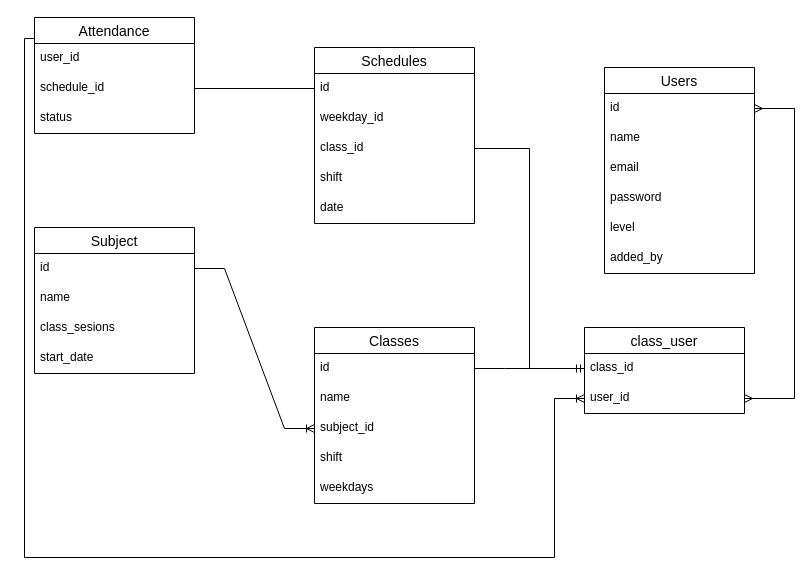
Prox404/doAn2J2schoolTeam21 keeps this draw.io diagram as SQL/Entity.drawio. Above is the earlier version. Source tidied: cells renumbered, new cells numbered last; positions are measured from the earlier drawing's top-left corner, leaving out a move shared by most shapes. Both pictures are drawn from the tidied source at 100%, with x=0, y=0 at pixel (24, 17).
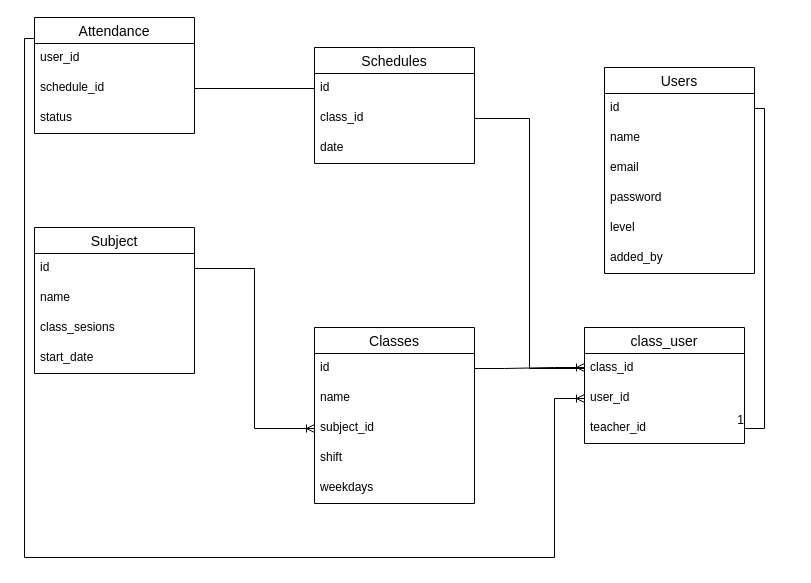
The same page after the edit.

The change refers to these unchanged cells:
```xml
<mxCell id="3" value="id" style="text;strokeColor=none;fillColor=none;spacingLeft=4;spacingRight=4;overflow=hidden;points=[[0,0.5],[1,0.5]];portConstraint=eastwest;fontSize=12;" parent="2" vertex="1">
  <mxGeometry y="26" width="160" height="30" as="geometry" />
</mxCell>
<mxCell id="5" value="subject_id" style="text;strokeColor=none;fillColor=none;spacingLeft=4;spacingRight=4;overflow=hidden;points=[[0,0.5],[1,0.5]];portConstraint=eastwest;fontSize=12;" parent="2" vertex="1">
  <mxGeometry y="86" width="160" height="30" as="geometry" />
</mxCell>
<mxCell id="9" value="id" style="text;strokeColor=none;fillColor=none;spacingLeft=4;spacingRight=4;overflow=hidden;points=[[0,0.5],[1,0.5]];portConstraint=eastwest;fontSize=12;" parent="8" vertex="1">
  <mxGeometry y="26" width="150" height="30" as="geometry" />
</mxCell>
<mxCell id="20" value="class_id" style="text;strokeColor=none;fillColor=none;spacingLeft=4;spacingRight=4;overflow=hidden;points=[[0,0.5],[1,0.5]];portConstraint=eastwest;fontSize=12;" parent="19" vertex="1">
  <mxGeometry y="26" width="160" height="30" as="geometry" />
</mxCell>
<mxCell id="21" value="user_id" style="text;strokeColor=none;fillColor=none;spacingLeft=4;spacingRight=4;overflow=hidden;points=[[0,0.5],[1,0.5]];portConstraint=eastwest;fontSize=12;" parent="19" vertex="1">
  <mxGeometry y="56" width="160" height="30" as="geometry" />
</mxCell>
<mxCell id="30" value="id" style="text;strokeColor=none;fillColor=none;spacingLeft=4;spacingRight=4;overflow=hidden;points=[[0,0.5],[1,0.5]];portConstraint=eastwest;fontSize=12;" parent="29" vertex="1">
  <mxGeometry y="26" width="160" height="30" as="geometry" />
</mxCell>
```

What changed in the source:
```diff
@@
     <mxCell id="19" value="class_user" style="swimlane;fontStyle=0;horizontal=1;startSize=26;align=center;fontSize=14;" parent="1" vertex="1">
-      <mxGeometry x="560" y="310" width="160" height="86" as="geometry" />
+      <mxGeometry x="560" y="310" width="160" height="116" as="geometry" />
     </mxCell>
@@
+    <mxCell id="39" value="teacher_id" style="text;strokeColor=none;fillColor=none;spacingLeft=4;spacingRight=4;overflow=hidden;points=[[0,0.5],[1,0.5]];portConstraint=eastwest;fontSize=12;" parent="19" vertex="1">
+      <mxGeometry y="86" width="160" height="30" as="geometry" />
+    </mxCell>
     <mxCell id="22" value="Schedules" style="swimlane;fontStyle=0;horizontal=1;startSize=26;align=center;fontSize=14;" parent="1" vertex="1">
-      <mxGeometry x="290" y="30" width="160" height="176" as="geometry" />
+      <mxGeometry x="290" y="30" width="160" height="116" as="geometry" />
     </mxCell>
@@
-    <mxCell id="24" value="weekday_id" style="text;strokeColor=none;fillColor=none;spacingLeft=4;spacingRight=4;overflow=hidden;fontSize=12;" parent="22" vertex="1">
-      <mxGeometry y="56" width="160" height="30" as="geometry" />
-    </mxCell>
     <mxCell id="25" value="class_id" style="text;strokeColor=none;fillColor=none;spacingLeft=4;spacingRight=4;overflow=hidden;points=[[0,0.5],[1,0.5]];portConstraint=eastwest;fontSize=12;" parent="22" vertex="1">
-      <mxGeometry y="86" width="160" height="30" as="geometry" />
+      <mxGeometry y="56" width="160" height="30" as="geometry" />
     </mxCell>
-    <mxCell id="26" value="shift" style="text;strokeColor=none;fillColor=none;spacingLeft=4;spacingRight=4;overflow=hidden;fontSize=12;" parent="22" vertex="1">
-      <mxGeometry y="116" width="160" height="30" as="geometry" />
-    </mxCell>
     <mxCell id="27" value="date&#10;" style="text;strokeColor=none;fillColor=none;spacingLeft=4;spacingRight=4;overflow=hidden;fontSize=12;" parent="22" vertex="1">
-      <mxGeometry y="146" width="160" height="30" as="geometry" />
+      <mxGeometry y="86" width="160" height="30" as="geometry" />
     </mxCell>
-    <mxCell id="28" style="edgeStyle=orthogonalEdgeStyle;fontSize=12;html=1;endArrow=ERmany;startArrow=ERmany;rounded=0;entryX=1;entryY=0.5;entryDx=0;entryDy=0;exitX=1;exitY=0.5;exitDx=0;exitDy=0;" parent="1" edge="1" source="21" target="9">
-      <mxGeometry relative="1" as="geometry">
-        <Array as="points">
-          <mxPoint x="770" y="381" />
-          <mxPoint x="770" y="91" />
-        </Array>
-      </mxGeometry>
-    </mxCell>
@@
-    <mxCell id="34" style="edgeStyle=entityRelationEdgeStyle;fontSize=12;html=1;endArrow=ERoneToMany;rounded=0;exitX=1;exitY=0.5;exitDx=0;exitDy=0;entryX=0;entryY=0.5;entryDx=0;entryDy=0;" parent="1" edge="1" source="30" target="5">
+    <mxCell id="34" style="edgeStyle=orthogonalEdgeStyle;fontSize=12;html=1;endArrow=ERoneToMany;rounded=0;exitX=1;exitY=0.5;exitDx=0;exitDy=0;entryX=0;entryY=0.5;entryDx=0;entryDy=0;" parent="1" edge="1" source="30" target="5">
       <mxGeometry relative="1" as="geometry" />
     </mxCell>
-    <mxCell id="35" style="edgeStyle=entityRelationEdgeStyle;fontSize=12;html=1;endArrow=ERmandOne;rounded=0;exitX=1;exitY=0.5;exitDx=0;exitDy=0;entryX=0;entryY=0.5;entryDx=0;entryDy=0;" parent="1" edge="1" source="3" target="20">
-      <mxGeometry relative="1" as="geometry" />
-    </mxCell>
@@
+    <mxCell id="40" style="edgeStyle=entityRelationEdgeStyle;fontSize=12;html=1;endArrow=ERoneToMany;rounded=0;exitX=1;exitY=0.5;exitDx=0;exitDy=0;" parent="1" edge="1" source="3">
+      <mxGeometry relative="1" as="geometry">
+        <mxPoint x="560" y="350" as="targetPoint" />
+      </mxGeometry>
+    </mxCell>
+    <mxCell id="41" style="endArrow=none;html=1;rounded=0;exitX=1;exitY=0.5;exitDx=0;exitDy=0;entryX=1;entryY=0.5;entryDx=0;entryDy=0;edgeStyle=orthogonalEdgeStyle;" parent="1" edge="1" source="9" target="39">
+      <mxGeometry relative="1" as="geometry" />
+    </mxCell>
+    <mxCell id="42" value="1" style="html=1;align=right;verticalAlign=bottom;" parent="41" vertex="1">
+      <mxGeometry x="1" relative="1" as="geometry" />
+    </mxCell>
```
